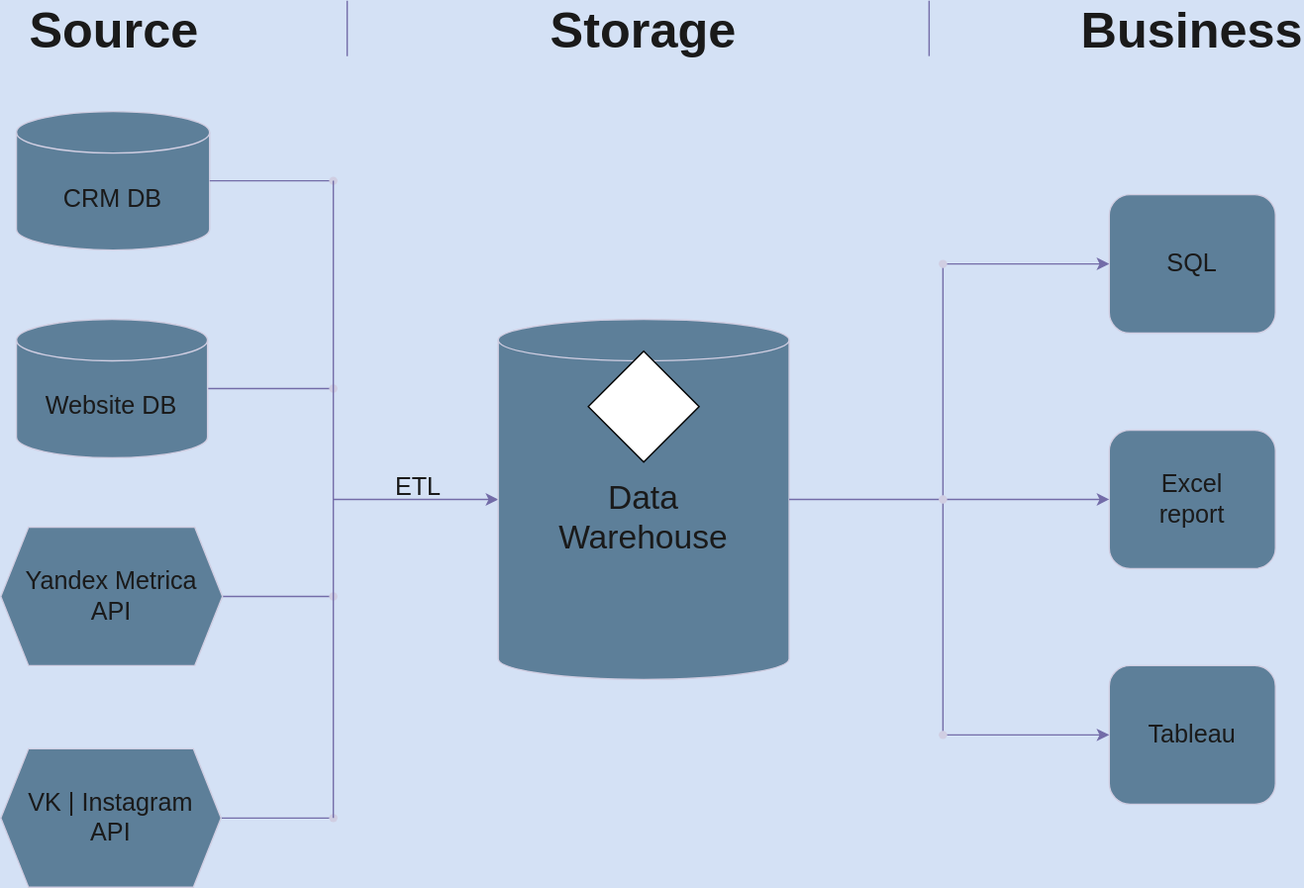
The draw.io diagram Module 1/Analytic solution architercture.drawio.svg in atsterq/DE-101, before a commit. Source tidied: cells renumbered, new cells last; positions are measured from the earlier drawing's top-left corner, leaving out a move shared by most shapes.
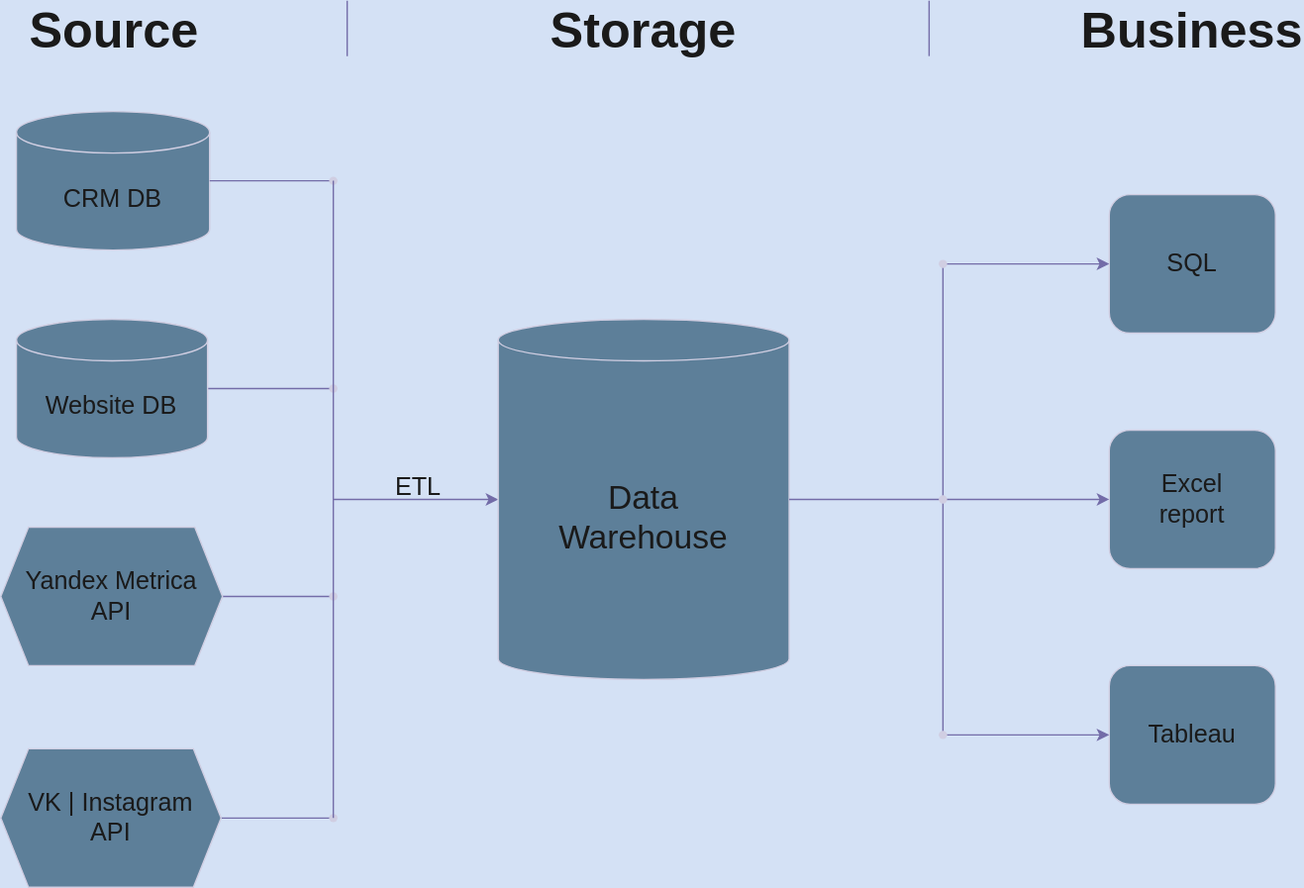
The same file after the commit.

What changed in the source:
```diff
@@ -114,8 +114,5 @@
     <mxCell id="34" style="shape=waypoint;sketch=0;fillStyle=solid;size=6;points=[];fillColor=none;perimeter=centerPerimeter;snapToPoint=1;labelBackgroundColor=none;strokeColor=#D0CEE2;fontColor=#1A1A1A;" parent="1" vertex="1">
       <mxGeometry x="670" y="520" width="20" height="20" as="geometry" />
     </mxCell>
-    <mxCell id="35" style="rhombus;whiteSpace=wrap;html=1;" parent="1" vertex="1">
-      <mxGeometry x="424" y="253" width="80" height="80" as="geometry" />
-    </mxCell>
   </root>
 </mxGraphModel>
```
